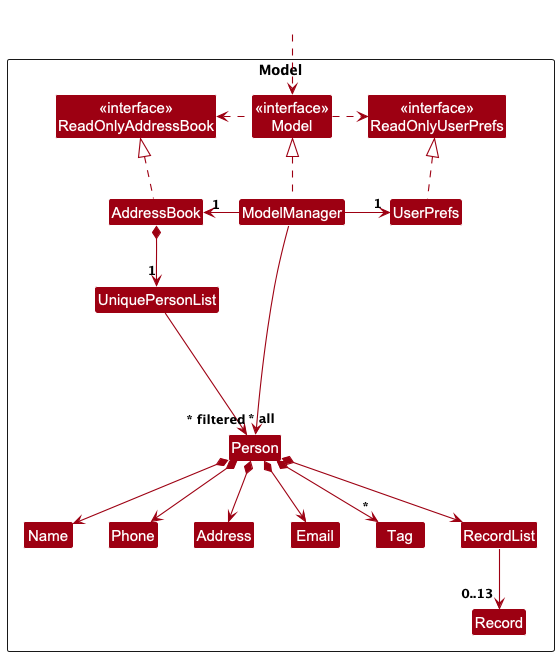
kailermai/tp keeps this PlantUML diagram as docs/diagrams/ModelClassDiagram.png. Above is the earlier version. Its diagram source:
```plantuml
@startuml
!include style.puml
skinparam arrowThickness 1.1
skinparam arrowColor MODEL_COLOR
skinparam classBackgroundColor MODEL_COLOR

Package Model as ModelPackage <<Rectangle>>{
Class "<<interface>>\nReadOnlyAddressBook" as ReadOnlyAddressBook
Class "<<interface>>\nReadOnlyUserPrefs" as ReadOnlyUserPrefs
Class "<<interface>>\nModel" as Model
Class AddressBook
Class ModelManager
Class UserPrefs

Class UniquePersonList
Class Person
Class Address
Class Email
Class Name
Class Phone
Class Tag
Class RecordList
Class Record
Class I #FFFFFF
}

Class HiddenOutside #FFFFFF
HiddenOutside ..> Model

AddressBook .up.|> ReadOnlyAddressBook

ModelManager .up.|> Model
Model .right.> ReadOnlyUserPrefs
Model .left.> ReadOnlyAddressBook
ModelManager -left-> "1" AddressBook
ModelManager -right-> "1" UserPrefs
UserPrefs .up.|> ReadOnlyUserPrefs

AddressBook *--> "1" UniquePersonList
UniquePersonList --> "~* all" Person
Person *--> Name
Person *--> Phone
Person *--> Email
Person *--> Address
Person *--> "*" Tag
Person *--> RecordList

RecordList --> "0..13" Record

Person -[hidden]up--> I
UniquePersonList -[hidden]right-> I

Name -[hidden]right-> Phone
Phone -[hidden]right-> Address
Address -[hidden]right-> Email

ModelManager --> "~* filtered" Person
@enduml
```
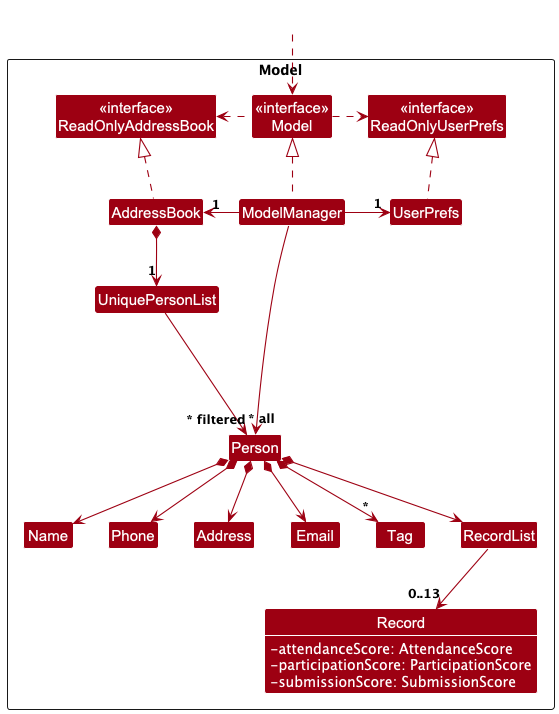
Later version of the same file.

Commit message:
Add utility classes as attributes

The edit, as a diff of the source:
```diff
@@ -20,9 +20,15 @@
 Class Phone
 Class Tag
 Class RecordList
-Class Record
+Class "Record" {
+    - attendanceScore: AttendanceScore
+    - participationScore: ParticipationScore
+    - submissionScore: SubmissionScore
+}
 Class I #FFFFFF
 }
+
+show "Record" attributes
 
 Class HiddenOutside #FFFFFF
 HiddenOutside ..> Model
@@ -45,7 +51,7 @@
 Person *--> "*" Tag
 Person *--> RecordList
 
-RecordList --> "0..13" Record
+RecordList --> "0..13" "Record"
 
 Person -[hidden]up--> I
 UniquePersonList -[hidden]right-> I
```
